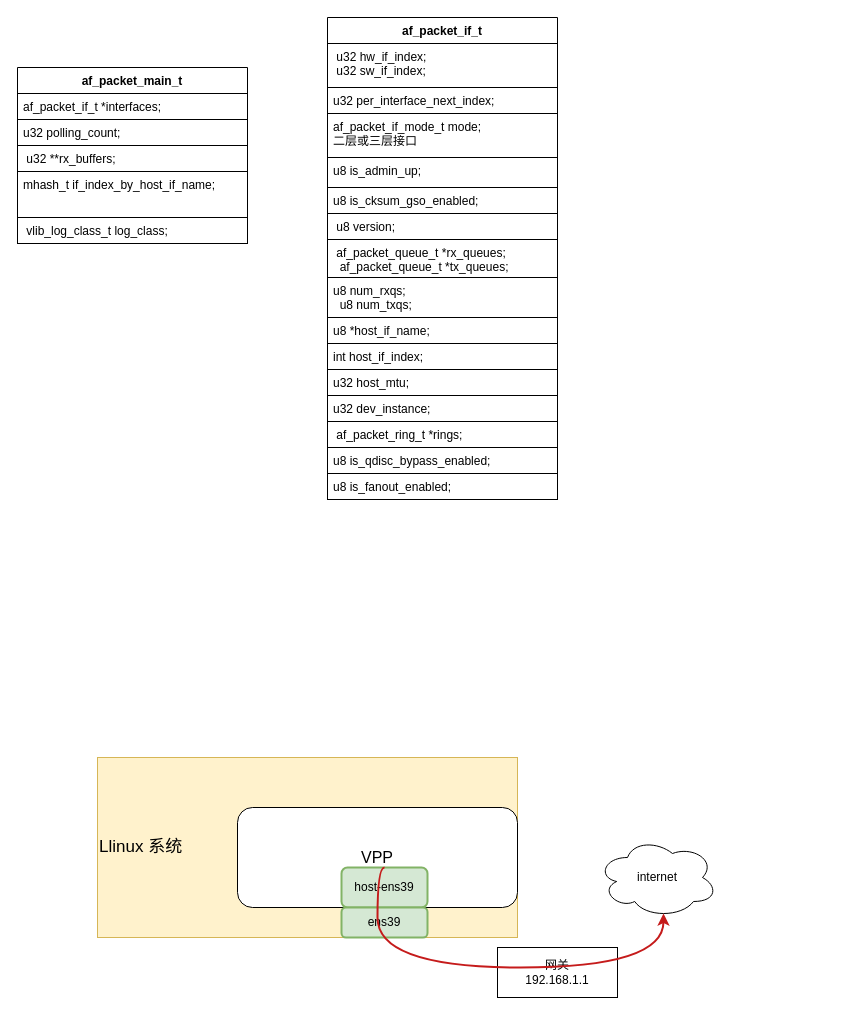
The draw.io diagram new_map/AF_PACKET.drawio in jin13417/dpdk-vpp-learning, before the edit. Source tidied: cells renumbered, new cells numbered last; positions are measured from the earlier drawing's top-left corner, leaving out a move shared by most shapes. Both pictures are drawn from the tidied source at 100%, with x=0, y=0 at pixel (17, 17).
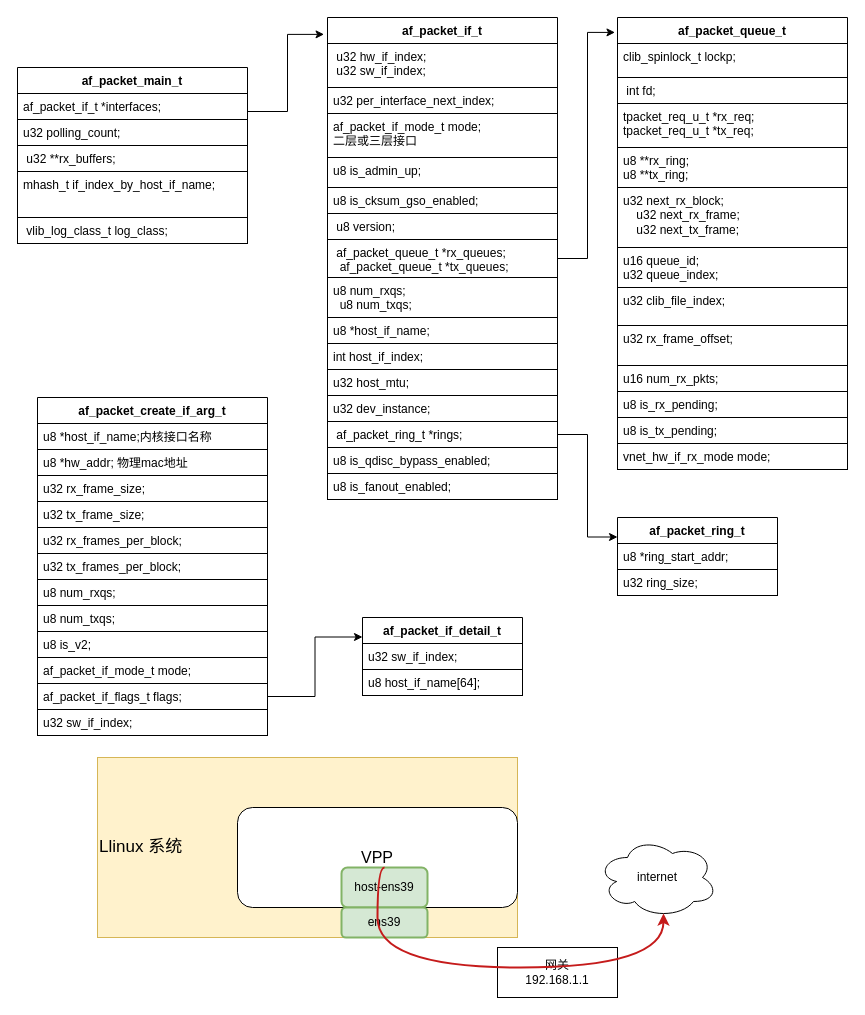
The same diagram, later.

The change refers to these unchanged cells:
```xml
<mxCell id="9" value="af_packet_main_t" style="swimlane;fontStyle=1;align=center;verticalAlign=top;horizontal=1;startSize=26;whiteSpace=wrap;html=1;" parent="1" vertex="1">
  <mxGeometry y="50" width="230" height="176" as="geometry" />
</mxCell>
<mxCell id="15" value="af_packet_if_t" style="swimlane;fontStyle=1;align=center;verticalAlign=top;horizontal=1;startSize=26;whiteSpace=wrap;html=1;" parent="1" vertex="1">
  <mxGeometry x="310" width="230" height="482" as="geometry" />
</mxCell>
<mxCell id="28" value="&amp;nbsp;af_packet_ring_t *rings;" style="text;strokeColor=default;fillColor=default;align=left;verticalAlign=top;spacingLeft=4;spacingRight=4;overflow=hidden;points=[[0,0.5],[1,0.5]];portConstraint=eastwest;whiteSpace=wrap;html=1;" parent="15" vertex="1">
  <mxGeometry y="404" width="230" height="26" as="geometry" />
</mxCell>
```

Change to the diagram source:
```diff
@@
+    <mxCell id="31" style="edgeStyle=orthogonalEdgeStyle;rounded=0;jettySize=auto;html=1;exitX=1;exitY=0.25;exitDx=0;exitDy=0;entryX=-0.015;entryY=0.035;entryDx=0;entryDy=0;entryPerimeter=0;" parent="1" edge="1" source="9" target="15">
+      <mxGeometry relative="1" as="geometry" />
+    </mxCell>
@@
+    <mxCell id="32" style="edgeStyle=orthogonalEdgeStyle;rounded=0;jettySize=auto;html=1;exitX=1;exitY=0.5;exitDx=0;exitDy=0;entryX=-0.011;entryY=0.033;entryDx=0;entryDy=0;entryPerimeter=0;" parent="1" edge="1" source="15" target="33">
+      <mxGeometry relative="1" as="geometry" />
+    </mxCell>
@@
+    <mxCell id="33" value="af_packet_queue_t" style="swimlane;fontStyle=1;align=center;verticalAlign=top;horizontal=1;startSize=26;whiteSpace=wrap;html=1;" parent="1" vertex="1">
+      <mxGeometry x="600" width="230" height="452" as="geometry" />
+    </mxCell>
+    <mxCell id="34" value="clib_spinlock_t lockp;" style="text;strokeColor=default;fillColor=default;align=left;verticalAlign=top;spacingLeft=4;spacingRight=4;overflow=hidden;whiteSpace=wrap;html=1;" parent="33" vertex="1">
+      <mxGeometry y="26" width="230" height="34" as="geometry" />
+    </mxCell>
+    <mxCell id="35" value="&amp;nbsp;int fd;" style="text;strokeColor=default;fillColor=default;align=left;verticalAlign=top;spacingLeft=4;spacingRight=4;overflow=hidden;whiteSpace=wrap;html=1;" parent="33" vertex="1">
+      <mxGeometry y="60" width="230" height="26" as="geometry" />
+    </mxCell>
+    <mxCell id="36" value="&lt;div&gt;tpacket_req_u_t *rx_req;&lt;/div&gt;&lt;div&gt;tpacket_req_u_t *tx_req;&lt;/div&gt;" style="text;strokeColor=default;fillColor=default;align=left;verticalAlign=top;spacingLeft=4;spacingRight=4;overflow=hidden;whiteSpace=wrap;html=1;" parent="33" vertex="1">
+      <mxGeometry y="86" width="230" height="44" as="geometry" />
+    </mxCell>
+    <mxCell id="37" value="&lt;div&gt;u8 **rx_ring;&lt;/div&gt;&lt;div&gt;u8 **tx_ring;&lt;/div&gt;" style="text;strokeColor=default;fillColor=default;align=left;verticalAlign=top;spacingLeft=4;spacingRight=4;overflow=hidden;whiteSpace=wrap;html=1;" parent="33" vertex="1">
+      <mxGeometry y="130" width="230" height="40" as="geometry" />
+    </mxCell>
+    <mxCell id="38" value="&lt;div&gt;u32 next_rx_block;&lt;/div&gt;&lt;div&gt;&amp;nbsp; &amp;nbsp; u32 next_rx_frame;&lt;/div&gt;&lt;div&gt;&amp;nbsp; &amp;nbsp; u32 next_tx_frame;&lt;/div&gt;" style="text;strokeColor=default;fillColor=default;align=left;verticalAlign=top;spacingLeft=4;spacingRight=4;overflow=hidden;whiteSpace=wrap;html=1;" parent="33" vertex="1">
+      <mxGeometry y="170" width="230" height="60" as="geometry" />
+    </mxCell>
+    <mxCell id="39" value="&lt;div&gt;u16 queue_id;&lt;/div&gt;&lt;div&gt;u32 queue_index;&lt;/div&gt;" style="text;strokeColor=default;fillColor=default;align=left;verticalAlign=top;spacingLeft=4;spacingRight=4;overflow=hidden;whiteSpace=wrap;html=1;" parent="33" vertex="1">
+      <mxGeometry y="230" width="230" height="40" as="geometry" />
+    </mxCell>
+    <mxCell id="40" value="u32 clib_file_index;" style="text;strokeColor=default;fillColor=default;align=left;verticalAlign=top;spacingLeft=4;spacingRight=4;overflow=hidden;whiteSpace=wrap;html=1;" parent="33" vertex="1">
+      <mxGeometry y="270" width="230" height="38" as="geometry" />
+    </mxCell>
+    <mxCell id="41" value="u32 rx_frame_offset;" style="text;strokeColor=default;fillColor=default;align=left;verticalAlign=top;spacingLeft=4;spacingRight=4;overflow=hidden;whiteSpace=wrap;html=1;" parent="33" vertex="1">
+      <mxGeometry y="308" width="230" height="40" as="geometry" />
+    </mxCell>
+    <mxCell id="42" value="u16 num_rx_pkts;" style="text;strokeColor=default;fillColor=default;align=left;verticalAlign=top;spacingLeft=4;spacingRight=4;overflow=hidden;whiteSpace=wrap;html=1;" parent="33" vertex="1">
+      <mxGeometry y="348" width="230" height="26" as="geometry" />
+    </mxCell>
+    <mxCell id="43" value="u8 is_rx_pending;" style="text;strokeColor=default;fillColor=default;align=left;verticalAlign=top;spacingLeft=4;spacingRight=4;overflow=hidden;whiteSpace=wrap;html=1;" parent="33" vertex="1">
+      <mxGeometry y="374" width="230" height="26" as="geometry" />
+    </mxCell>
+    <mxCell id="44" value="u8 is_tx_pending;" style="text;strokeColor=default;fillColor=default;align=left;verticalAlign=top;spacingLeft=4;spacingRight=4;overflow=hidden;whiteSpace=wrap;html=1;" parent="33" vertex="1">
+      <mxGeometry y="400" width="230" height="26" as="geometry" />
+    </mxCell>
+    <mxCell id="45" value="vnet_hw_if_rx_mode mode;" style="text;strokeColor=default;fillColor=default;align=left;verticalAlign=top;spacingLeft=4;spacingRight=4;overflow=hidden;whiteSpace=wrap;html=1;" parent="33" vertex="1">
+      <mxGeometry y="426" width="230" height="26" as="geometry" />
+    </mxCell>
+    <mxCell id="46" value="af_packet_ring_t" style="swimlane;fontStyle=1;align=center;verticalAlign=top;horizontal=1;startSize=26;whiteSpace=wrap;html=1;" parent="1" vertex="1">
+      <mxGeometry x="600" y="500" width="160" height="78" as="geometry" />
+    </mxCell>
+    <mxCell id="47" value="u8 *ring_start_addr;" style="text;strokeColor=default;fillColor=default;align=left;verticalAlign=top;spacingLeft=4;spacingRight=4;overflow=hidden;whiteSpace=wrap;html=1;" parent="46" vertex="1">
+      <mxGeometry y="26" width="160" height="26" as="geometry" />
+    </mxCell>
+    <mxCell id="48" value="u32 ring_size;" style="text;strokeColor=default;fillColor=default;align=left;verticalAlign=top;spacingLeft=4;spacingRight=4;overflow=hidden;whiteSpace=wrap;html=1;" parent="46" vertex="1">
+      <mxGeometry y="52" width="160" height="26" as="geometry" />
+    </mxCell>
+    <mxCell id="49" style="edgeStyle=orthogonalEdgeStyle;rounded=0;jettySize=auto;html=1;exitX=1;exitY=0.5;exitDx=0;exitDy=0;entryX=0;entryY=0.25;entryDx=0;entryDy=0;" parent="1" edge="1" source="28" target="46">
+      <mxGeometry relative="1" as="geometry" />
+    </mxCell>
+    <mxCell id="50" value="af_packet_if_detail_t" style="swimlane;fontStyle=1;align=center;verticalAlign=top;horizontal=1;startSize=26;whiteSpace=wrap;html=1;" parent="1" vertex="1">
+      <mxGeometry x="345" y="600" width="160" height="78" as="geometry" />
+    </mxCell>
+    <mxCell id="51" value="u32 sw_if_index;" style="text;strokeColor=default;fillColor=default;align=left;verticalAlign=top;spacingLeft=4;spacingRight=4;overflow=hidden;whiteSpace=wrap;html=1;" parent="50" vertex="1">
+      <mxGeometry y="26" width="160" height="26" as="geometry" />
+    </mxCell>
+    <mxCell id="52" value="u8 host_if_name[64];" style="text;strokeColor=default;fillColor=default;align=left;verticalAlign=top;spacingLeft=4;spacingRight=4;overflow=hidden;whiteSpace=wrap;html=1;" parent="50" vertex="1">
+      <mxGeometry y="52" width="160" height="26" as="geometry" />
+    </mxCell>
+    <mxCell id="53" value="af_packet_create_if_arg_t" style="swimlane;fontStyle=1;align=center;verticalAlign=top;horizontal=1;startSize=26;whiteSpace=wrap;html=1;" parent="1" vertex="1">
+      <mxGeometry x="20" y="380" width="230" height="338" as="geometry" />
+    </mxCell>
+    <mxCell id="54" value="u8 *host_if_name;内核接口名称" style="text;strokeColor=default;fillColor=default;align=left;verticalAlign=top;spacingLeft=4;spacingRight=4;overflow=hidden;whiteSpace=wrap;html=1;" parent="53" vertex="1">
+      <mxGeometry y="26" width="230" height="26" as="geometry" />
+    </mxCell>
+    <mxCell id="55" value="u8 *hw_addr; 物理mac地址" style="text;strokeColor=default;fillColor=default;align=left;verticalAlign=top;spacingLeft=4;spacingRight=4;overflow=hidden;whiteSpace=wrap;html=1;" parent="53" vertex="1">
+      <mxGeometry y="52" width="230" height="26" as="geometry" />
+    </mxCell>
+    <mxCell id="56" value="u32 rx_frame_size;" style="text;strokeColor=default;fillColor=default;align=left;verticalAlign=top;spacingLeft=4;spacingRight=4;overflow=hidden;whiteSpace=wrap;html=1;" parent="53" vertex="1">
+      <mxGeometry y="78" width="230" height="26" as="geometry" />
+    </mxCell>
+    <mxCell id="57" value="u32 tx_frame_size;" style="text;strokeColor=default;fillColor=default;align=left;verticalAlign=top;spacingLeft=4;spacingRight=4;overflow=hidden;whiteSpace=wrap;html=1;" parent="53" vertex="1">
+      <mxGeometry y="104" width="230" height="26" as="geometry" />
+    </mxCell>
+    <mxCell id="58" value="u32 rx_frames_per_block;" style="text;strokeColor=default;fillColor=default;align=left;verticalAlign=top;spacingLeft=4;spacingRight=4;overflow=hidden;whiteSpace=wrap;html=1;" parent="53" vertex="1">
+      <mxGeometry y="130" width="230" height="26" as="geometry" />
+    </mxCell>
+    <mxCell id="59" value="u32 tx_frames_per_block;" style="text;strokeColor=default;fillColor=default;align=left;verticalAlign=top;spacingLeft=4;spacingRight=4;overflow=hidden;whiteSpace=wrap;html=1;" parent="53" vertex="1">
+      <mxGeometry y="156" width="230" height="26" as="geometry" />
+    </mxCell>
+    <mxCell id="60" value="u8 num_rxqs;" style="text;strokeColor=default;fillColor=default;align=left;verticalAlign=top;spacingLeft=4;spacingRight=4;overflow=hidden;whiteSpace=wrap;html=1;" parent="53" vertex="1">
+      <mxGeometry y="182" width="230" height="26" as="geometry" />
+    </mxCell>
+    <mxCell id="61" value="u8 num_txqs;" style="text;strokeColor=default;fillColor=default;align=left;verticalAlign=top;spacingLeft=4;spacingRight=4;overflow=hidden;whiteSpace=wrap;html=1;" parent="53" vertex="1">
+      <mxGeometry y="208" width="230" height="26" as="geometry" />
+    </mxCell>
+    <mxCell id="62" value="u8 is_v2;" style="text;strokeColor=default;fillColor=default;align=left;verticalAlign=top;spacingLeft=4;spacingRight=4;overflow=hidden;whiteSpace=wrap;html=1;" parent="53" vertex="1">
+      <mxGeometry y="234" width="230" height="26" as="geometry" />
+    </mxCell>
+    <mxCell id="63" value="af_packet_if_mode_t mode;" style="text;strokeColor=default;fillColor=default;align=left;verticalAlign=top;spacingLeft=4;spacingRight=4;overflow=hidden;whiteSpace=wrap;html=1;" parent="53" vertex="1">
+      <mxGeometry y="260" width="230" height="26" as="geometry" />
+    </mxCell>
+    <mxCell id="64" value="af_packet_if_flags_t flags;" style="text;strokeColor=default;fillColor=default;align=left;verticalAlign=top;spacingLeft=4;spacingRight=4;overflow=hidden;points=[[0,0.5],[1,0.5]];portConstraint=eastwest;whiteSpace=wrap;html=1;" parent="53" vertex="1">
+      <mxGeometry y="286" width="230" height="26" as="geometry" />
+    </mxCell>
+    <mxCell id="65" value="u32 sw_if_index;" style="text;strokeColor=default;fillColor=default;align=left;verticalAlign=top;spacingLeft=4;spacingRight=4;overflow=hidden;whiteSpace=wrap;html=1;" parent="53" vertex="1">
+      <mxGeometry y="312" width="230" height="26" as="geometry" />
+    </mxCell>
+    <mxCell id="66" style="edgeStyle=orthogonalEdgeStyle;rounded=0;jettySize=auto;html=1;exitX=1;exitY=0.5;exitDx=0;exitDy=0;entryX=0;entryY=0.25;entryDx=0;entryDy=0;" parent="1" edge="1" source="64" target="50">
+      <mxGeometry relative="1" as="geometry" />
+    </mxCell>
```
